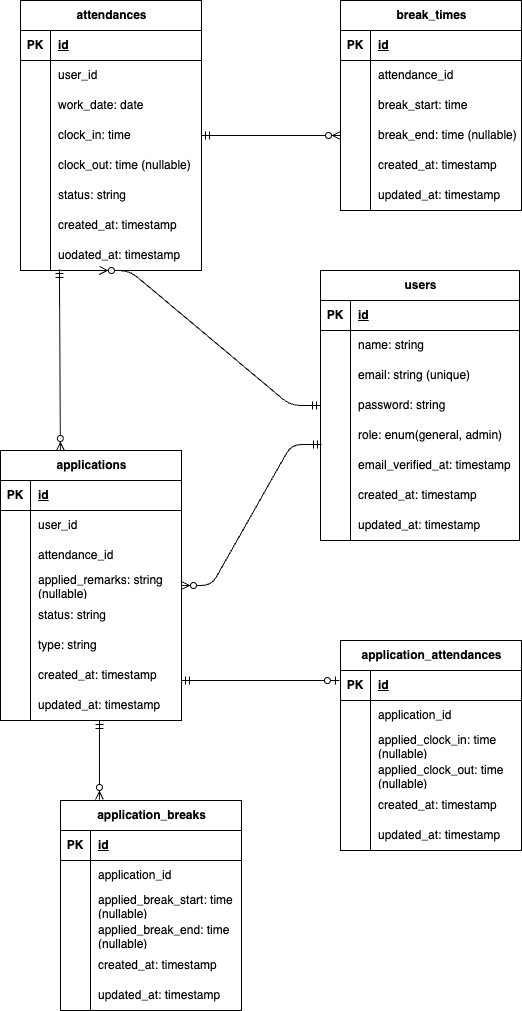
This is ER.drawio.png from Yumi-86/Attendance-Management, a draw.io export, as it was before one commit. Source tidied: cells renumbered, new cells last; positions are measured from the earlier drawing's top-left corner, leaving out a move shared by most shapes.
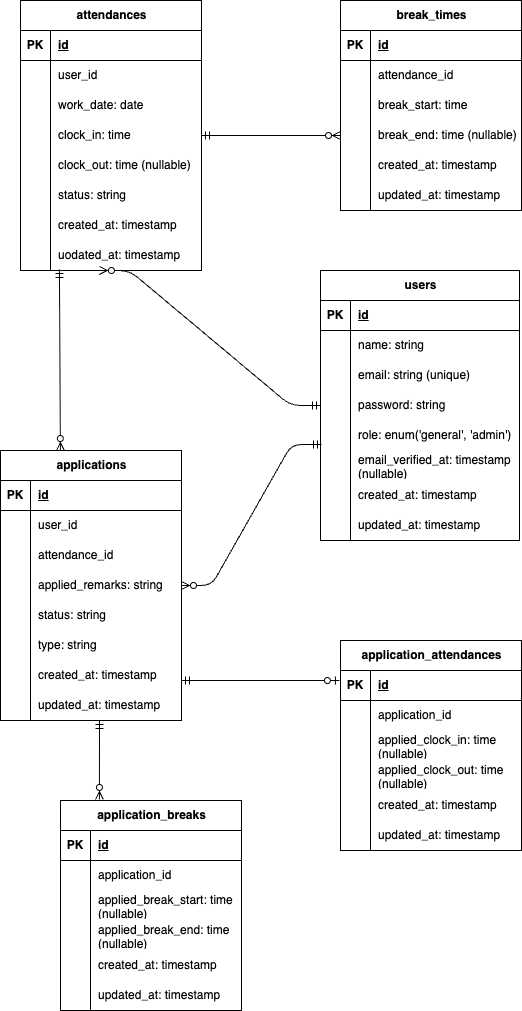
The same file after the commit.

Change to the diagram source:
```diff
@@ -104,7 +104,7 @@
     <mxCell id="35" style="shape=partialRectangle;fillColor=none;top=0;left=0;bottom=0;right=0;overflow=hidden;whiteSpace=wrap;html=1;" parent="34" vertex="1">
       <mxGeometry width="30" height="30" as="geometry" />
     </mxCell>
-    <mxCell id="36" value="role: enum(general, admin)" style="shape=partialRectangle;fillColor=none;top=0;left=0;bottom=0;right=0;align=left;spacingLeft=6;overflow=hidden;whiteSpace=wrap;html=1;" parent="34" vertex="1">
+    <mxCell id="36" value="role: enum('general', 'admin')" style="shape=partialRectangle;fillColor=none;top=0;left=0;bottom=0;right=0;align=left;spacingLeft=6;overflow=hidden;whiteSpace=wrap;html=1;" parent="34" vertex="1">
       <mxGeometry x="30" width="169" height="30" as="geometry" />
     </mxCell>
     <mxCell id="37" style="shape=tableRow;horizontal=0;startSize=0;swimlaneHead=0;swimlaneBody=0;fillColor=none;top=0;left=0;right=0;bottom=0;" parent="21" vertex="1">
@@ -113,7 +113,7 @@
     <mxCell id="38" style="shape=partialRectangle;fillColor=none;top=0;left=0;bottom=0;right=0;overflow=hidden;whiteSpace=wrap;html=1;" parent="37" vertex="1">
       <mxGeometry width="30" height="30" as="geometry" />
     </mxCell>
-    <mxCell id="39" value="email_verified_at: timestamp" style="shape=partialRectangle;fillColor=none;top=0;left=0;bottom=0;right=0;align=left;spacingLeft=6;overflow=hidden;whiteSpace=wrap;html=1;" parent="37" vertex="1">
+    <mxCell id="39" value="email_verified_at: timestamp&lt;div&gt;(nullable)&lt;/div&gt;" style="shape=partialRectangle;fillColor=none;top=0;left=0;bottom=0;right=0;align=left;spacingLeft=6;overflow=hidden;whiteSpace=wrap;html=1;" parent="37" vertex="1">
       <mxGeometry x="30" width="169" height="30" as="geometry" />
     </mxCell>
     <mxCell id="40" style="shape=tableRow;horizontal=0;startSize=0;swimlaneHead=0;swimlaneBody=0;fillColor=none;top=0;left=0;right=0;bottom=0;" parent="21" vertex="1">
@@ -170,7 +170,7 @@
     <mxCell id="57" style="shape=partialRectangle;fillColor=none;top=0;left=0;bottom=0;right=0;overflow=hidden;whiteSpace=wrap;html=1;" parent="56" vertex="1">
       <mxGeometry width="30" height="30" as="geometry" />
     </mxCell>
-    <mxCell id="58" value="applied_remarks: string&lt;div&gt;(nullable)&lt;/div&gt;" style="shape=partialRectangle;fillColor=none;top=0;left=0;bottom=0;right=0;align=left;spacingLeft=6;overflow=hidden;whiteSpace=wrap;html=1;" parent="56" vertex="1">
+    <mxCell id="58" value="applied_remarks: string" style="shape=partialRectangle;fillColor=none;top=0;left=0;bottom=0;right=0;align=left;spacingLeft=6;overflow=hidden;whiteSpace=wrap;html=1;" parent="56" vertex="1">
       <mxGeometry x="30" width="151" height="30" as="geometry" />
     </mxCell>
     <mxCell id="59" style="shape=tableRow;horizontal=0;startSize=0;swimlaneHead=0;swimlaneBody=0;fillColor=none;top=0;left=0;right=0;bottom=0;" parent="46" vertex="1">
```
